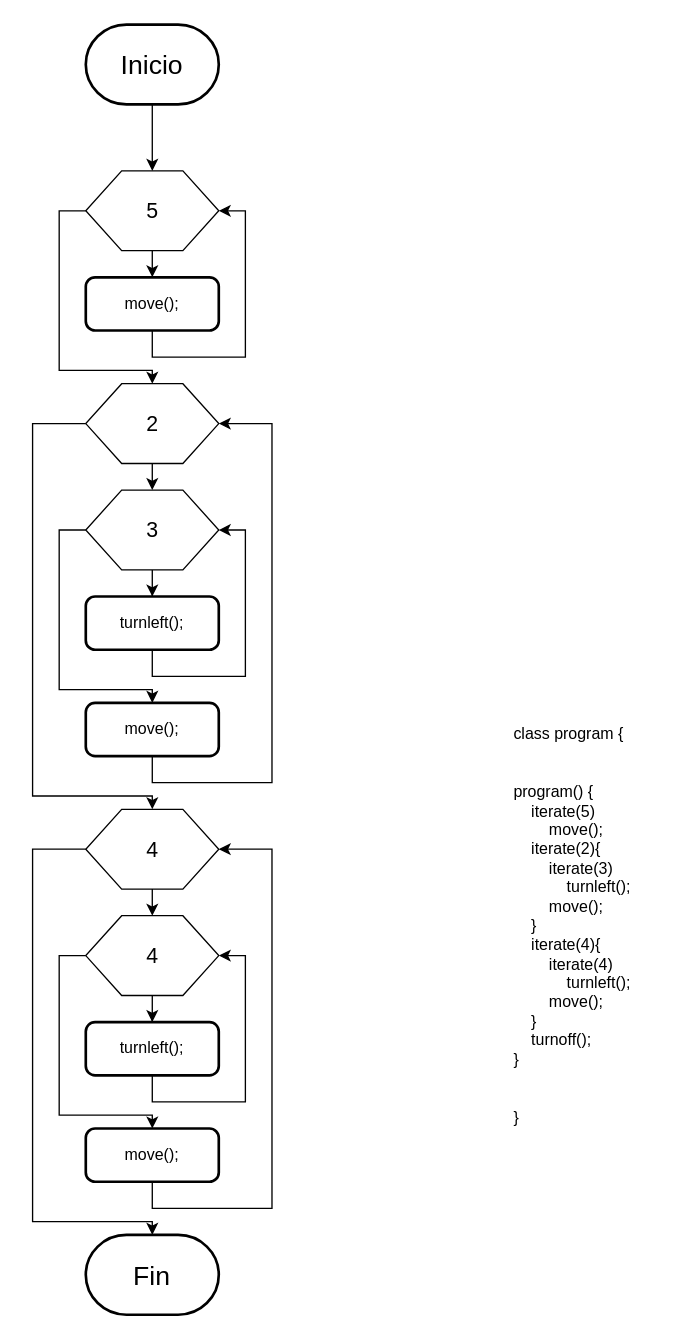
Before: Trampolin.drawio in PedroJOH/Ejercicios_karel, a draw.io diagram. Source tidied: cells renumbered, new cells numbered last; positions are measured from the earlier drawing's top-left corner, leaving out a move shared by most shapes. Both pictures are drawn from the tidied source at 133%, with x=0, y=0 at pixel (32, 24).
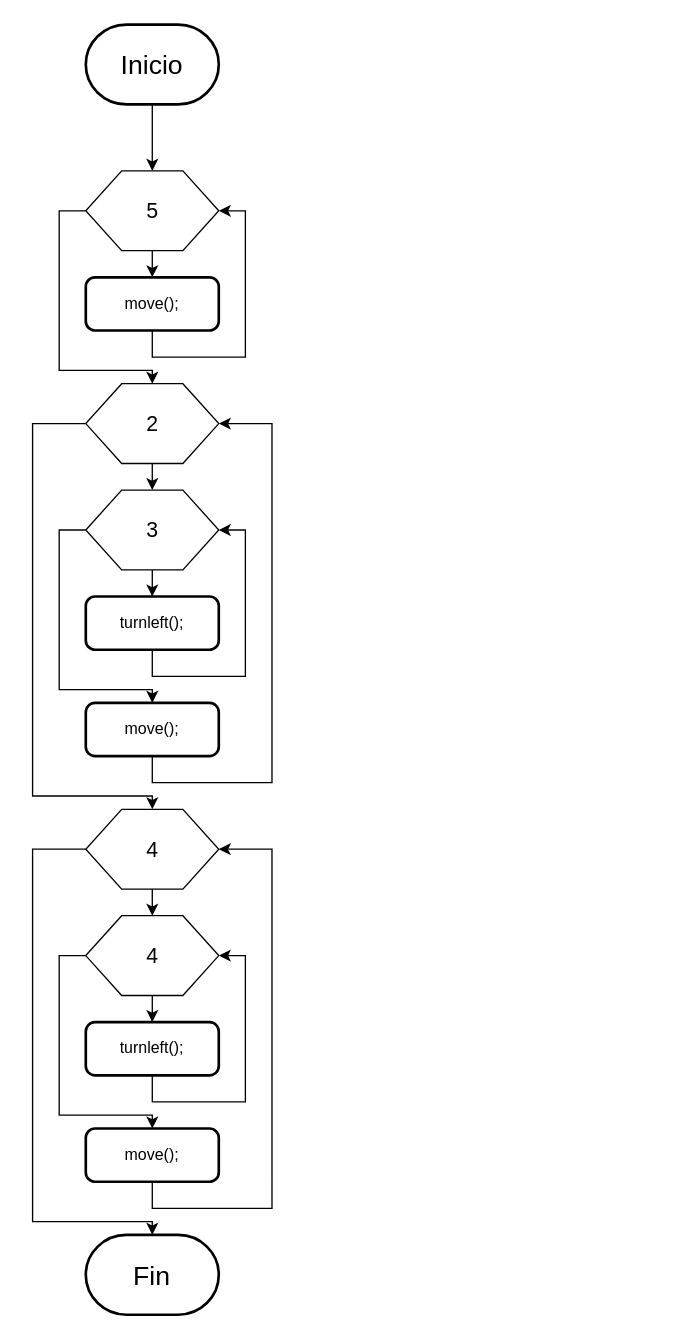
Above is the later version.

The edit, as a diff of the source:
```diff
@@
-    <mxCell id="20" value="class program {&#10;&#10;&#10;program() {&#10;    iterate(5)&#10;        move();&#10;    iterate(2){&#10;        iterate(3)&#10;            turnleft();&#10;        move();&#10;    }&#10;    iterate(4){&#10;        iterate(4)&#10;            turnleft();&#10;        move();&#10;    }&#10;    turnoff();&#10;}&#10;&#10;&#10;}" style="text;whiteSpace=wrap;" parent="1" vertex="1">
-      <mxGeometry x="360" y="520" width="120" height="330" as="geometry" />
-    </mxCell>
```
